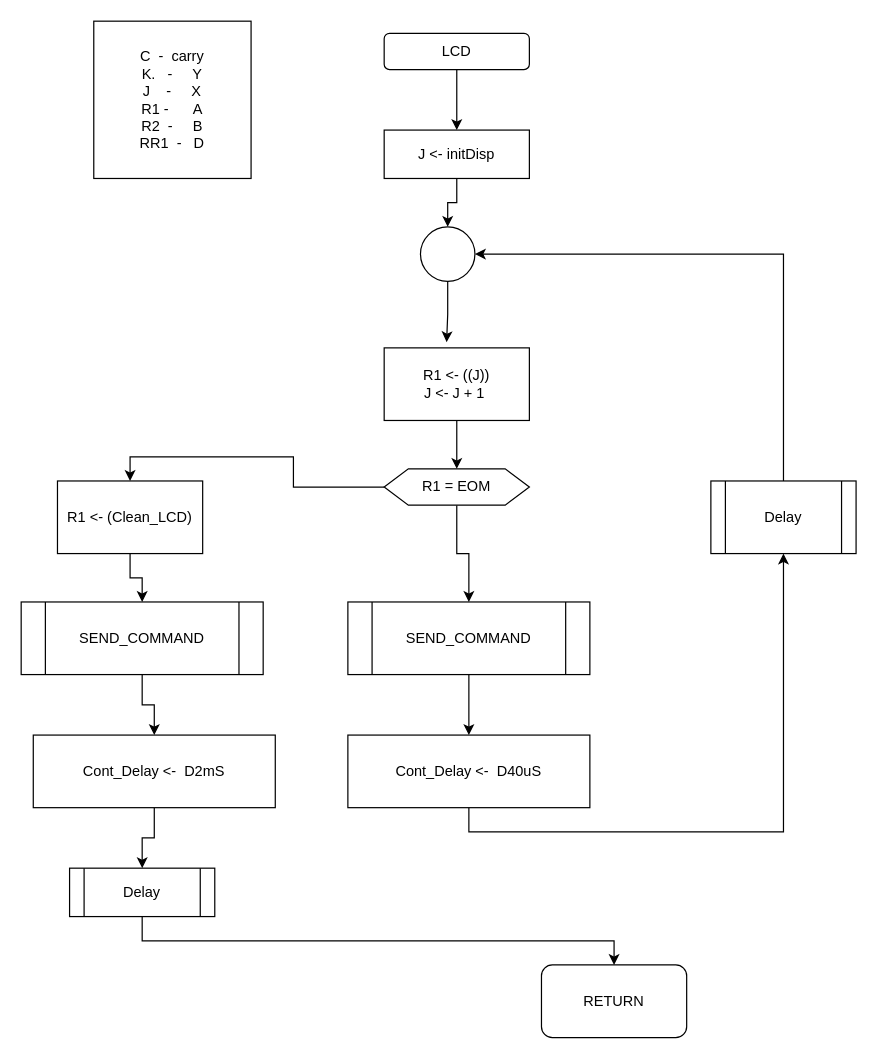
The draw.io diagram 8_runmeter623/diagrams/1-lcd.drawio in brown9804/Dragon12_MC9S12DP256, before the edit. Source tidied: cells renumbered, new cells numbered last; positions are measured from the earlier drawing's top-left corner, leaving out a move shared by most shapes. Both pictures are drawn from the tidied source at 121%, with x=0, y=0 at pixel (21, 21).
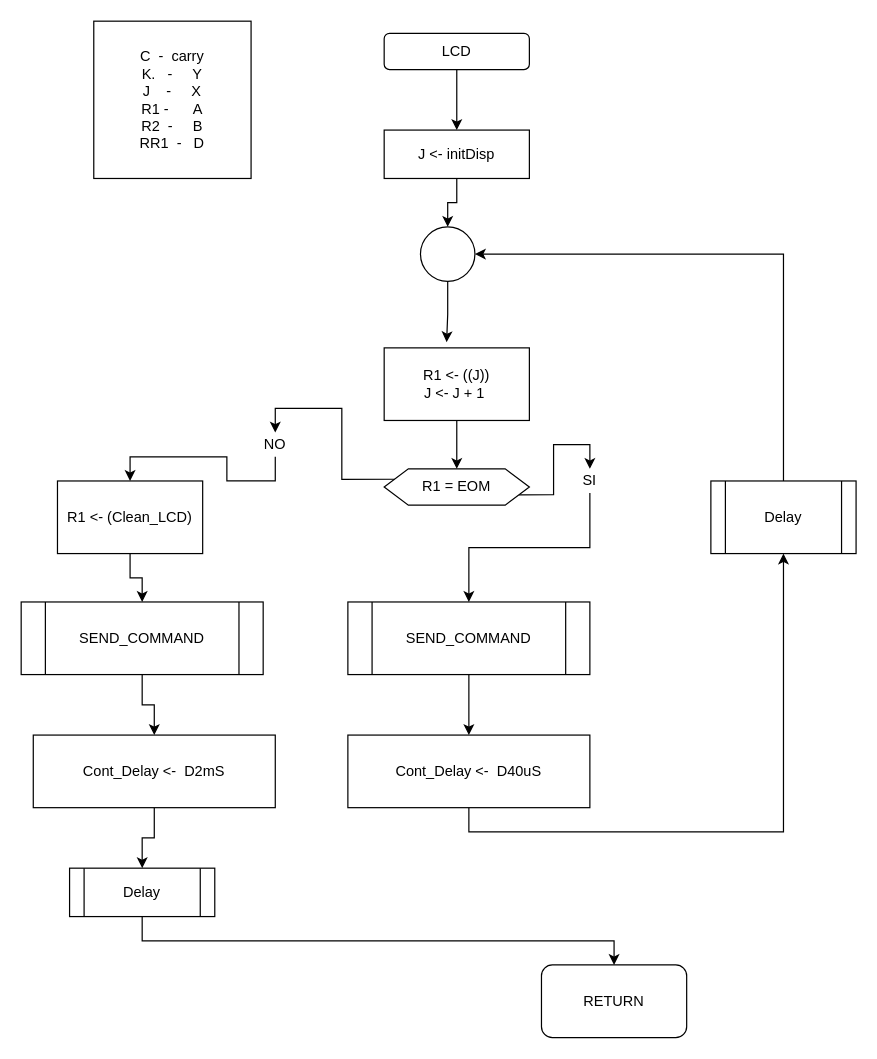
The same diagram, later.

The change refers to these unchanged cells:
```xml
<mxCell id="13" value="R1 = EOM" style="shape=hexagon;perimeter=hexagonPerimeter2;whiteSpace=wrap;html=1;fixedSize=1;" parent="1" vertex="1">
  <mxGeometry x="300" y="370" width="120" height="30" as="geometry" />
</mxCell>
<mxCell id="15" value="R1 &amp;lt;- (Clean_LCD)" style="rounded=0;whiteSpace=wrap;html=1;" parent="1" vertex="1">
  <mxGeometry x="30" y="380" width="120" height="60" as="geometry" />
</mxCell>
<mxCell id="24" value="SEND_COMMAND" style="shape=process;whiteSpace=wrap;html=1;backgroundOutline=1;" parent="1" vertex="1">
  <mxGeometry x="270" y="480" width="200" height="60" as="geometry" />
</mxCell>
```

The edit, as a diff of the source:
```diff
@@
-    <mxCell id="11" style="edgeStyle=orthogonalEdgeStyle;rounded=0;jettySize=auto;html=1;exitX=0;exitY=0.5;exitDx=0;exitDy=0;entryX=0.5;entryY=0;entryDx=0;entryDy=0;" parent="1" edge="1" source="13" target="15">
-      <mxGeometry relative="1" as="geometry" />
-    </mxCell>
-    <mxCell id="12" style="edgeStyle=orthogonalEdgeStyle;rounded=0;jettySize=auto;html=1;exitX=0.5;exitY=1;exitDx=0;exitDy=0;entryX=0.5;entryY=0;entryDx=0;entryDy=0;" parent="1" edge="1" source="13" target="24">
-      <mxGeometry relative="1" as="geometry" />
-    </mxCell>
+    <mxCell id="29" style="edgeStyle=orthogonalEdgeStyle;rounded=0;jettySize=auto;html=1;exitX=1;exitY=0.75;exitDx=0;exitDy=0;entryX=0.5;entryY=0;entryDx=0;entryDy=0;" parent="1" edge="1" source="13" target="32">
+      <mxGeometry relative="1" as="geometry" />
+    </mxCell>
+    <mxCell id="30" style="edgeStyle=orthogonalEdgeStyle;rounded=0;jettySize=auto;html=1;exitX=0;exitY=0.25;exitDx=0;exitDy=0;entryX=0.5;entryY=0;entryDx=0;entryDy=0;" parent="1" edge="1" source="13" target="34">
+      <mxGeometry relative="1" as="geometry" />
+    </mxCell>
@@
+    <mxCell id="31" style="edgeStyle=orthogonalEdgeStyle;rounded=0;jettySize=auto;html=1;exitX=0.5;exitY=1;exitDx=0;exitDy=0;" parent="1" edge="1" source="32" target="24">
+      <mxGeometry relative="1" as="geometry" />
+    </mxCell>
+    <mxCell id="32" value="SI" style="text;html=1;strokeColor=none;fillColor=none;align=center;verticalAlign=middle;whiteSpace=wrap;rounded=0;" parent="1" vertex="1">
+      <mxGeometry x="450" y="370" width="40" height="20" as="geometry" />
+    </mxCell>
+    <mxCell id="33" style="edgeStyle=orthogonalEdgeStyle;rounded=0;jettySize=auto;html=1;exitX=0.5;exitY=1;exitDx=0;exitDy=0;entryX=0.5;entryY=0;entryDx=0;entryDy=0;" parent="1" edge="1" source="34" target="15">
+      <mxGeometry relative="1" as="geometry" />
+    </mxCell>
+    <mxCell id="34" value="NO" style="text;html=1;strokeColor=none;fillColor=none;align=center;verticalAlign=middle;whiteSpace=wrap;rounded=0;" parent="1" vertex="1">
+      <mxGeometry x="190" y="340" width="40" height="20" as="geometry" />
+    </mxCell>
```
